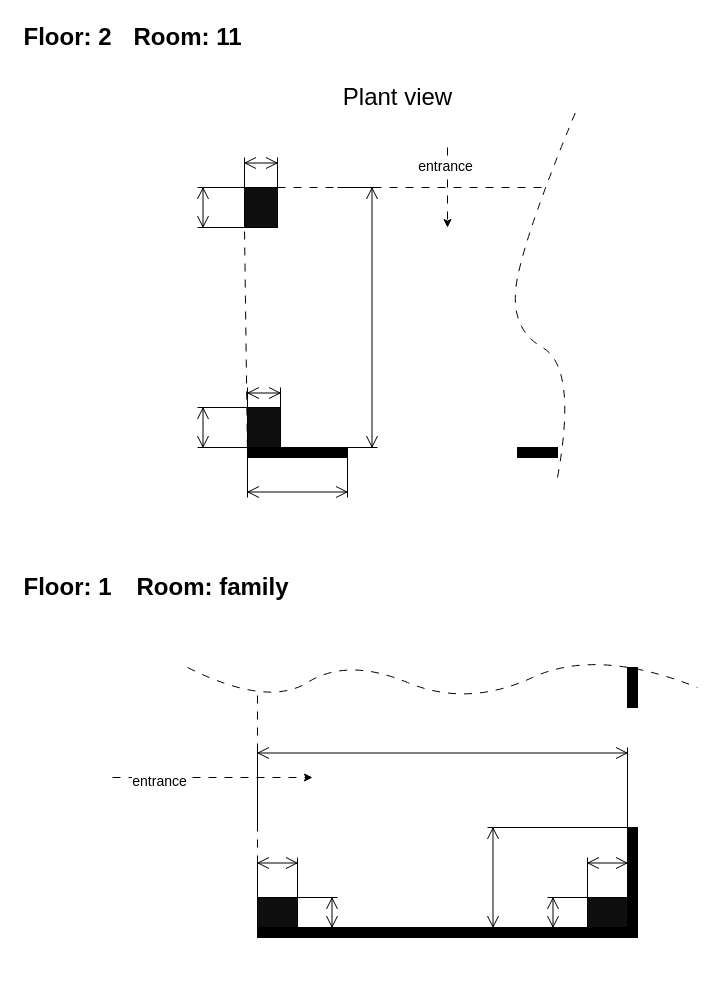
Before: Room 11-12.drawio in hdghg/heaven-balcony, a draw.io diagram. Source tidied: cells renumbered, new cells numbered last; positions are measured from the earlier drawing's top-left corner, leaving out a move shared by most shapes. Both pictures are drawn from the tidied source at 100%, with x=0, y=0 at pixel (17, 17).
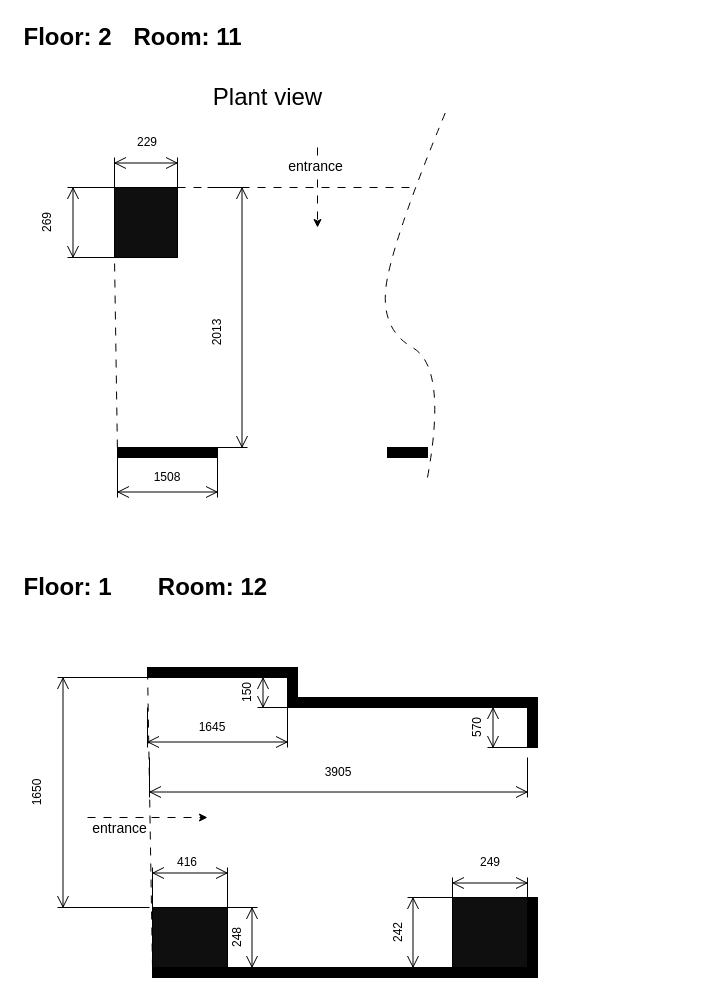
Above is the later version.

Change to the diagram source:
```diff
@@
     <mxCell id="4" style="verticalLabelPosition=bottom;html=1;verticalAlign=top;align=center;shape=mxgraph.floorplan.wall;fillColor=strokeColor;" parent="1" vertex="1">
-      <mxGeometry x="500" y="430" width="40" height="10" as="geometry" />
+      <mxGeometry x="370" y="430" width="40" height="10" as="geometry" />
     </mxCell>
     <mxCell id="5" style="verticalLabelPosition=bottom;html=1;verticalAlign=top;align=center;shape=mxgraph.floorplan.wall;fillColor=strokeColor;" parent="1" vertex="1">
-      <mxGeometry x="230" y="430" width="100" height="10" as="geometry" />
+      <mxGeometry x="100" y="430" width="100" height="10" as="geometry" />
     </mxCell>
     <mxCell id="6" style="rounded=0;whiteSpace=wrap;html=1;fillColor=#0F0F0F;" parent="1" vertex="1">
-      <mxGeometry x="227" y="170" width="33" height="40" as="geometry" />
+      <mxGeometry x="97" y="170" width="63" height="70" as="geometry" />
     </mxCell>
     <mxCell id="7" value="Plant view" style="text;strokeColor=none;fillColor=none;html=1;fontSize=24;fontStyle=0;verticalAlign=middle;align=center;" parent="1" vertex="1">
-      <mxGeometry x="330" y="60" width="100" height="40" as="geometry" />
+      <mxGeometry x="200" y="60" width="100" height="40" as="geometry" />
     </mxCell>
     <mxCell id="8" style="endArrow=classic;html=1;rounded=0;dashed=1;dashPattern=8 8;" parent="1" edge="1">
       <mxGeometry relative="1" as="geometry">
-        <mxPoint x="430" y="130" as="sourcePoint" />
-        <mxPoint x="430" y="210" as="targetPoint" />
+        <mxPoint x="300" y="130" as="sourcePoint" />
+        <mxPoint x="300" y="210" as="targetPoint" />
       </mxGeometry>
     </mxCell>
@@
     <mxCell id="10" style="shape=dimension;direction=west;whiteSpace=wrap;html=1;align=center;verticalAlign=top;spacingTop=-8;labelBackgroundColor=#ffffff;fillColor=#0F0F0F;" parent="1" vertex="1">
-      <mxGeometry x="227" y="140" width="33" height="30" as="geometry" />
+      <mxGeometry x="97" y="140" width="63" height="30" as="geometry" />
     </mxCell>
     <mxCell id="11" style="endArrow=none;dashed=1;html=1;rounded=0;dashPattern=8 8;exitX=1;exitY=0;exitDx=0;exitDy=0;" parent="1" edge="1" source="6">
       <mxGeometry relative="1" as="geometry">
-        <mxPoint x="530" y="170" as="targetPoint" />
+        <mxPoint x="400" y="170" as="targetPoint" />
       </mxGeometry>
     </mxCell>
     <mxCell id="12" style="endArrow=none;dashed=1;html=1;rounded=0;dashPattern=8 8;entryX=0;entryY=1;entryDx=0;entryDy=0;exitX=1;exitY=0.056;exitDx=0;exitDy=0;exitPerimeter=0;" parent="1" edge="1" target="6">
       <mxGeometry relative="1" as="geometry">
-        <mxPoint x="229.9" y="430" as="sourcePoint" />
+        <mxPoint x="99.9" y="430" as="sourcePoint" />
       </mxGeometry>
     </mxCell>
     <mxCell id="13" style="curved=1;endArrow=none;html=1;rounded=0;dashed=1;dashPattern=8 8;strokeColor=default;endFill=0;" parent="1" edge="1">
       <mxGeometry relative="1" as="geometry">
-        <mxPoint x="540" y="460" as="sourcePoint" />
-        <mxPoint x="560" y="90" as="targetPoint" />
+        <mxPoint x="410" y="460" as="sourcePoint" />
+        <mxPoint x="430" y="90" as="targetPoint" />
         <Array as="points">
-          <mxPoint x="560" y="350" />
-          <mxPoint x="490" y="310" />
-          <mxPoint x="510" y="210" />
+          <mxPoint x="430" y="350" />
+          <mxPoint x="360" y="310" />
+          <mxPoint x="380" y="210" />
         </Array>
       </mxGeometry>
     </mxCell>
@@
-    <mxCell id="15" value="Room: family" style="text;strokeColor=none;fillColor=none;html=1;fontSize=24;fontStyle=1;verticalAlign=middle;align=center;" parent="1" vertex="1">
+    <mxCell id="15" value="Room: 12" style="text;strokeColor=none;fillColor=none;html=1;fontSize=24;fontStyle=1;verticalAlign=middle;align=center;" parent="1" vertex="1">
       <mxGeometry x="120" y="550" width="150" height="40" as="geometry" />
     </mxCell>
     <mxCell id="16" style="shape=dimension;whiteSpace=wrap;html=1;align=center;verticalAlign=bottom;spacingBottom=-5;labelBackgroundColor=#ffffff;fontSize=14;fillColor=#0F0F0F;" parent="1" vertex="1">
-      <mxGeometry x="230" y="440" width="100" height="40" as="geometry" />
+      <mxGeometry x="100" y="440" width="100" height="40" as="geometry" />
     </mxCell>
-    <mxCell id="17" style="shape=dimension;direction=south;whiteSpace=wrap;html=1;align=left;verticalAlign=middle;labelBackgroundColor=#ffffff;fillColor=#0F0F0F;" parent="1" vertex="1">
-      <mxGeometry x="180" y="390" width="50" height="40" as="geometry" />
-    </mxCell>
-    <mxCell id="18" style="rounded=0;whiteSpace=wrap;html=1;fillColor=#0F0F0F;" parent="1" vertex="1">
-      <mxGeometry x="230" y="390" width="33" height="40" as="geometry" />
-    </mxCell>
-    <mxCell id="19" style="shape=dimension;direction=west;whiteSpace=wrap;html=1;align=center;verticalAlign=top;spacingTop=-8;labelBackgroundColor=#ffffff;fillColor=#0F0F0F;" parent="1" vertex="1">
-      <mxGeometry x="230" y="370" width="33" height="30" as="geometry" />
-    </mxCell>
     <mxCell id="20" style="shape=dimension;direction=north;whiteSpace=wrap;html=1;align=right;verticalAlign=middle;labelBackgroundColor=#ffffff;fontSize=14;fillColor=#0F0F0F;" parent="1" vertex="1">
-      <mxGeometry x="320" y="170" width="40" height="260" as="geometry" />
+      <mxGeometry x="190" y="170" width="40" height="260" as="geometry" />
     </mxCell>
     <mxCell id="21" style="shape=dimension;direction=south;whiteSpace=wrap;html=1;align=left;verticalAlign=middle;labelBackgroundColor=#ffffff;fillColor=#0F0F0F;" parent="1" vertex="1">
-      <mxGeometry x="180" y="170" width="50" height="40" as="geometry" />
+      <mxGeometry x="50" y="170" width="50" height="70" as="geometry" />
     </mxCell>
     <mxCell id="22" style="verticalLabelPosition=bottom;html=1;verticalAlign=top;align=center;shape=mxgraph.floorplan.wall;fillColor=strokeColor;" parent="1" vertex="1">
-      <mxGeometry x="240" y="910" width="380" height="10" as="geometry" />
+      <mxGeometry x="135" y="950" width="385" height="10" as="geometry" />
     </mxCell>
     <mxCell id="23" style="endArrow=classic;html=1;rounded=0;dashed=1;dashPattern=8 8;" parent="1" edge="1">
       <mxGeometry relative="1" as="geometry">
-        <mxPoint x="95" y="760" as="sourcePoint" />
-        <mxPoint x="295" y="760" as="targetPoint" />
+        <mxPoint x="70" y="800" as="sourcePoint" />
+        <mxPoint x="190" y="800" as="targetPoint" />
       </mxGeometry>
     </mxCell>
     <mxCell id="24" value="entrance" style="edgeLabel;html=1;align=center;verticalAlign=middle;fontSize=14;" parent="23" vertex="1">
-      <mxGeometry x="-0.54" y="-3" relative="1" as="geometry" />
+      <mxGeometry x="-0.54" y="-3" relative="1" as="geometry">
+        <mxPoint x="3" y="7" as="offset" />
+      </mxGeometry>
     </mxCell>
-    <mxCell id="25" style="curved=1;endArrow=none;html=1;rounded=0;dashed=1;dashPattern=8 8;strokeColor=default;endFill=0;" parent="1" edge="1">
-      <mxGeometry relative="1" as="geometry">
-        <mxPoint x="170" y="650" as="sourcePoint" />
-        <mxPoint x="680" y="670" as="targetPoint" />
-        <Array as="points">
-          <mxPoint x="250" y="690" />
-          <mxPoint x="330" y="640" />
-          <mxPoint x="450" y="690" />
-          <mxPoint x="580" y="630" />
-        </Array>
-      </mxGeometry>
-    </mxCell>
     <mxCell id="26" style="verticalLabelPosition=bottom;html=1;verticalAlign=top;align=center;shape=mxgraph.floorplan.wall;fillColor=strokeColor;direction=south;fontSize=14;" parent="1" vertex="1">
-      <mxGeometry x="610" y="810" width="10" height="100" as="geometry" />
+      <mxGeometry x="510" y="880" width="10" height="70" as="geometry" />
     </mxCell>
     <mxCell id="27" style="verticalLabelPosition=bottom;html=1;verticalAlign=top;align=center;shape=mxgraph.floorplan.wall;fillColor=strokeColor;direction=south;fontSize=14;" parent="1" vertex="1">
-      <mxGeometry x="610" y="650" width="10" height="40" as="geometry" />
+      <mxGeometry x="510" y="690" width="10" height="40" as="geometry" />
     </mxCell>
     <mxCell id="28" style="endArrow=none;dashed=1;html=1;rounded=0;dashPattern=8 8;strokeColor=default;fontSize=14;exitX=0;exitY=0;exitDx=0;exitDy=0;exitPerimeter=0;" parent="1" edge="1" source="22">
       <mxGeometry relative="1" as="geometry">
-        <mxPoint x="240" y="670" as="targetPoint" />
+        <mxPoint x="130" y="650" as="targetPoint" />
       </mxGeometry>
     </mxCell>
     <mxCell id="29" style="rounded=0;whiteSpace=wrap;html=1;fillColor=#0F0F0F;" parent="1" vertex="1">
-      <mxGeometry x="570" y="880" width="40" height="30" as="geometry" />
+      <mxGeometry x="435" y="880" width="75" height="70" as="geometry" />
     </mxCell>
     <mxCell id="30" style="rounded=0;whiteSpace=wrap;html=1;fillColor=#0F0F0F;" parent="1" vertex="1">
-      <mxGeometry x="240" y="880" width="40" height="30" as="geometry" />
+      <mxGeometry x="135" y="890" width="75" height="60" as="geometry" />
     </mxCell>
-    <mxCell id="31" style="shape=dimension;direction=west;whiteSpace=wrap;html=1;align=center;verticalAlign=top;spacingTop=-8;labelBackgroundColor=#ffffff;fontSize=14;fillColor=#0F0F0F;" parent="1" vertex="1">
-      <mxGeometry x="240" y="730" width="370" height="80" as="geometry" />
-    </mxCell>
     <mxCell id="32" style="shape=dimension;direction=west;whiteSpace=wrap;html=1;align=center;verticalAlign=top;spacingTop=-8;labelBackgroundColor=#ffffff;fontSize=14;fillColor=#0F0F0F;" parent="1" vertex="1">
-      <mxGeometry x="240" y="840" width="40" height="40" as="geometry" />
+      <mxGeometry x="135" y="850" width="75" height="40" as="geometry" />
     </mxCell>
     <mxCell id="33" style="shape=dimension;direction=west;whiteSpace=wrap;html=1;align=center;verticalAlign=top;spacingTop=-8;labelBackgroundColor=#ffffff;fontSize=14;fillColor=#0F0F0F;" parent="1" vertex="1">
-      <mxGeometry x="570" y="840" width="40" height="40" as="geometry" />
+      <mxGeometry x="435" y="860" width="75" height="60" as="geometry" />
     </mxCell>
     <mxCell id="34" style="shape=dimension;direction=north;whiteSpace=wrap;html=1;align=right;verticalAlign=middle;labelBackgroundColor=#ffffff;fontSize=14;fillColor=#0F0F0F;" parent="1" vertex="1">
-      <mxGeometry x="280" y="880" width="40" height="30" as="geometry" />
+      <mxGeometry x="200" y="890" width="40" height="60" as="geometry" />
     </mxCell>
     <mxCell id="35" style="shape=dimension;direction=south;whiteSpace=wrap;html=1;align=left;verticalAlign=middle;labelBackgroundColor=#ffffff;fontSize=14;fillColor=#0F0F0F;" parent="1" vertex="1">
-      <mxGeometry x="530" y="880" width="40" height="30" as="geometry" />
+      <mxGeometry x="390" y="880" width="75" height="70" as="geometry" />
     </mxCell>
-    <mxCell id="36" style="shape=dimension;direction=south;whiteSpace=wrap;html=1;align=left;verticalAlign=middle;labelBackgroundColor=#ffffff;fontSize=14;fillColor=#0F0F0F;" parent="1" vertex="1">
-      <mxGeometry x="470" y="810" width="140" height="100" as="geometry" />
-    </mxCell>
+    <mxCell id="37" value="229" style="text;html=1;strokeColor=none;fillColor=none;align=center;verticalAlign=middle;whiteSpace=wrap;rounded=0;" parent="1" vertex="1">
+      <mxGeometry x="100" y="110" width="60" height="30" as="geometry" />
+    </mxCell>
+    <mxCell id="38" value="269" style="text;html=1;strokeColor=none;fillColor=none;align=center;verticalAlign=middle;whiteSpace=wrap;rounded=0;rotation=270;" parent="1" vertex="1">
+      <mxGeometry y="190" width="60" height="30" as="geometry" />
+    </mxCell>
+    <mxCell id="39" value="2013" style="text;html=1;strokeColor=none;fillColor=none;align=center;verticalAlign=middle;whiteSpace=wrap;rounded=0;rotation=270;" parent="1" vertex="1">
+      <mxGeometry x="170" y="300" width="60" height="30" as="geometry" />
+    </mxCell>
+    <mxCell id="40" value="1508" style="text;html=1;strokeColor=none;fillColor=none;align=center;verticalAlign=middle;whiteSpace=wrap;rounded=0;" parent="1" vertex="1">
+      <mxGeometry x="120" y="445" width="60" height="30" as="geometry" />
+    </mxCell>
+    <mxCell id="41" style="verticalLabelPosition=bottom;html=1;verticalAlign=top;align=center;shape=mxgraph.floorplan.wall;fillColor=strokeColor;" parent="1" vertex="1">
+      <mxGeometry x="130" y="650" width="140" height="10" as="geometry" />
+    </mxCell>
+    <mxCell id="42" style="verticalLabelPosition=bottom;html=1;verticalAlign=top;align=center;shape=mxgraph.floorplan.wall;fillColor=strokeColor;" parent="1" vertex="1">
+      <mxGeometry x="270" y="680" width="250" height="10" as="geometry" />
+    </mxCell>
+    <mxCell id="43" style="verticalLabelPosition=bottom;html=1;verticalAlign=top;align=center;shape=mxgraph.floorplan.wall;fillColor=strokeColor;direction=south;fontSize=14;" parent="1" vertex="1">
+      <mxGeometry x="270" y="650" width="10" height="40" as="geometry" />
+    </mxCell>
+    <mxCell id="44" style="shape=dimension;whiteSpace=wrap;html=1;align=center;verticalAlign=bottom;spacingBottom=-5;labelBackgroundColor=#ffffff;" parent="1" vertex="1">
+      <mxGeometry x="132" y="740" width="378" height="40" as="geometry" />
+    </mxCell>
+    <mxCell id="45" value="3905" style="text;html=1;strokeColor=none;fillColor=none;align=center;verticalAlign=middle;whiteSpace=wrap;rounded=0;" parent="1" vertex="1">
+      <mxGeometry x="291" y="740" width="60" height="30" as="geometry" />
+    </mxCell>
+    <mxCell id="46" value="416" style="text;html=1;strokeColor=none;fillColor=none;align=center;verticalAlign=middle;whiteSpace=wrap;rounded=0;" parent="1" vertex="1">
+      <mxGeometry x="140" y="830" width="60" height="30" as="geometry" />
+    </mxCell>
+    <mxCell id="47" value="249" style="text;html=1;strokeColor=none;fillColor=none;align=center;verticalAlign=middle;whiteSpace=wrap;rounded=0;" parent="1" vertex="1">
+      <mxGeometry x="442.5" y="830" width="60" height="30" as="geometry" />
+    </mxCell>
+    <mxCell id="48" value="1645" style="text;html=1;strokeColor=none;fillColor=none;align=center;verticalAlign=middle;whiteSpace=wrap;rounded=0;" parent="1" vertex="1">
+      <mxGeometry x="165" y="695" width="60" height="30" as="geometry" />
+    </mxCell>
+    <mxCell id="49" style="shape=dimension;whiteSpace=wrap;html=1;align=center;verticalAlign=bottom;spacingBottom=-5;labelBackgroundColor=#ffffff;" parent="1" vertex="1">
+      <mxGeometry x="130" y="690" width="140" height="40" as="geometry" />
+    </mxCell>
+    <mxCell id="50" style="shape=dimension;direction=south;whiteSpace=wrap;html=1;align=left;verticalAlign=middle;labelBackgroundColor=#ffffff;" parent="1" vertex="1">
+      <mxGeometry x="470" y="690" width="40" height="40" as="geometry" />
+    </mxCell>
+    <mxCell id="51" value="570" style="text;html=1;strokeColor=none;fillColor=none;align=center;verticalAlign=middle;whiteSpace=wrap;rounded=0;rotation=270;" parent="1" vertex="1">
+      <mxGeometry x="430" y="695" width="60" height="30" as="geometry" />
+    </mxCell>
+    <mxCell id="52" style="shape=dimension;direction=south;whiteSpace=wrap;html=1;align=left;verticalAlign=middle;labelBackgroundColor=#ffffff;" parent="1" vertex="1">
+      <mxGeometry x="40" y="660" width="92" height="230" as="geometry" />
+    </mxCell>
+    <mxCell id="53" style="shape=dimension;direction=south;whiteSpace=wrap;html=1;align=left;verticalAlign=middle;labelBackgroundColor=#ffffff;" parent="1" vertex="1">
+      <mxGeometry x="240" y="660" width="30" height="30" as="geometry" />
+    </mxCell>
+    <mxCell id="54" value="150" style="text;html=1;strokeColor=none;fillColor=none;align=center;verticalAlign=middle;whiteSpace=wrap;rounded=0;rotation=270;" parent="1" vertex="1">
+      <mxGeometry x="200" y="660" width="60" height="30" as="geometry" />
+    </mxCell>
+    <mxCell id="55" value="248" style="text;html=1;strokeColor=none;fillColor=none;align=center;verticalAlign=middle;whiteSpace=wrap;rounded=0;rotation=270;" parent="1" vertex="1">
+      <mxGeometry x="190" y="905" width="60" height="30" as="geometry" />
+    </mxCell>
+    <mxCell id="56" value="242" style="text;html=1;strokeColor=none;fillColor=none;align=center;verticalAlign=middle;whiteSpace=wrap;rounded=0;rotation=270;" parent="1" vertex="1">
+      <mxGeometry x="351" y="900" width="60" height="30" as="geometry" />
+    </mxCell>
+    <mxCell id="57" value="1650" style="text;html=1;strokeColor=none;fillColor=none;align=center;verticalAlign=middle;whiteSpace=wrap;rounded=0;rotation=270;" parent="1" vertex="1">
+      <mxGeometry x="-10" y="760" width="60" height="30" as="geometry" />
+    </mxCell>
```
